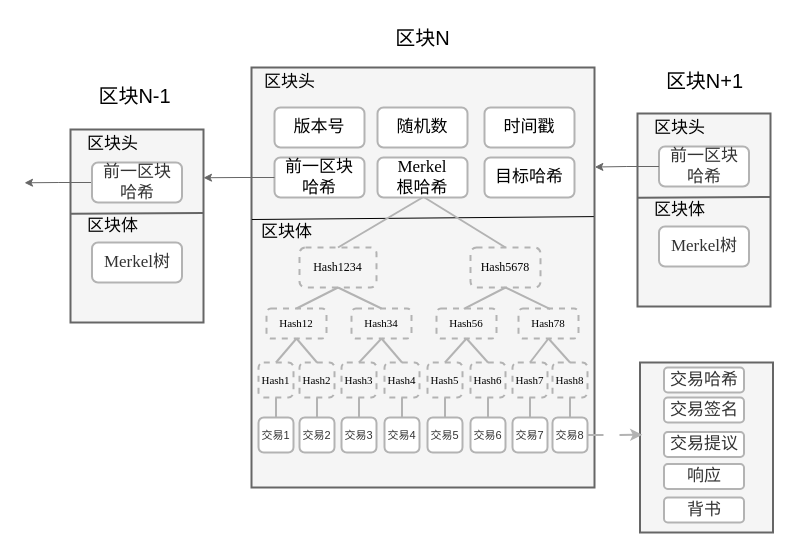
This is 区块结构.drawio from Mr-doublehappines/httpServer, a draw.io file, before an edit. Source tidied: cells renumbered, new cells numbered last; positions are measured from the earlier drawing's top-left corner, leaving out a move shared by most shapes. Both pictures are drawn from the tidied source at 100%, with x=0, y=0 at pixel (24, 17).
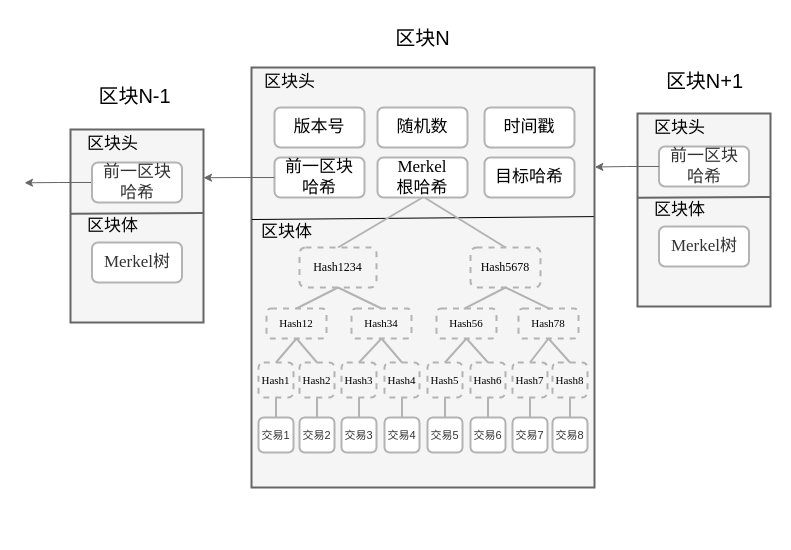
The same page after the edit.

Commit message:
更新区块结构.drawio

The change refers to these unchanged cells:
```xml
<mxCell id="35" value="交易8" style="rounded=1;whiteSpace=wrap;html=1;align=center;verticalAlign=middle;fontFamily=宋体;fontSize=11;fontColor=#333333;labelBackgroundColor=none;fillColor=#FFFFFF;strokeWidth=2;strokeColor=#B3B3B3;" parent="1" vertex="1">
  <mxGeometry x="528" y="400" width="35" height="35" as="geometry" />
</mxCell>
```

Change to the diagram source:
```diff
@@
-    <mxCell id="60" style="rounded=0;whiteSpace=wrap;html=1;align=center;verticalAlign=middle;fontFamily=宋体;fontSize=17;fontColor=#333333;labelBackgroundColor=none;fillColor=#f5f5f5;strokeColor=#666666;strokeWidth=2;" parent="1" vertex="1">
-      <mxGeometry x="615.5" y="345" width="133" height="170" as="geometry" />
-    </mxCell>
-    <mxCell id="61" value="交易哈希" style="rounded=1;whiteSpace=wrap;html=1;align=center;verticalAlign=middle;fontFamily=宋体;fontSize=17;fontColor=#333333;labelBackgroundColor=none;fillColor=#FFFFFF;strokeWidth=2;strokeColor=#B3B3B3;" parent="1" vertex="1">
-      <mxGeometry x="639.5" y="350" width="80" height="25" as="geometry" />
-    </mxCell>
-    <mxCell id="62" value="交易签名" style="rounded=1;whiteSpace=wrap;html=1;align=center;verticalAlign=middle;fontFamily=宋体;fontSize=17;fontColor=#333333;labelBackgroundColor=none;fillColor=#FFFFFF;strokeWidth=2;strokeColor=#B3B3B3;" parent="1" vertex="1">
-      <mxGeometry x="639.5" y="380" width="80" height="25" as="geometry" />
-    </mxCell>
-    <mxCell id="63" value="交易提议" style="rounded=1;whiteSpace=wrap;html=1;align=center;verticalAlign=middle;fontFamily=宋体;fontSize=17;fontColor=#333333;labelBackgroundColor=none;fillColor=#FFFFFF;strokeWidth=2;strokeColor=#B3B3B3;" parent="1" vertex="1">
-      <mxGeometry x="639.5" y="414.5" width="80" height="25" as="geometry" />
-    </mxCell>
-    <mxCell id="64" value="响应" style="rounded=1;whiteSpace=wrap;html=1;align=center;verticalAlign=middle;fontFamily=宋体;fontSize=17;fontColor=#333333;labelBackgroundColor=none;fillColor=#FFFFFF;strokeWidth=2;strokeColor=#B3B3B3;" parent="1" vertex="1">
-      <mxGeometry x="639.5" y="446.5" width="80" height="25" as="geometry" />
-    </mxCell>
-    <mxCell id="65" value="背书" style="rounded=1;whiteSpace=wrap;html=1;align=center;verticalAlign=middle;fontFamily=宋体;fontSize=17;fontColor=#333333;labelBackgroundColor=none;fillColor=#FFFFFF;strokeWidth=2;strokeColor=#B3B3B3;" parent="1" vertex="1">
-      <mxGeometry x="639.5" y="480" width="80" height="25" as="geometry" />
-    </mxCell>
-    <mxCell id="66" style="edgeStyle=orthogonalEdgeStyle;rounded=0;jettySize=auto;html=1;exitX=1;exitY=0.5;exitDx=0;exitDy=0;entryX=0.017;entryY=0.425;entryDx=0;entryDy=0;entryPerimeter=0;fontFamily=宋体;fontSize=12;fontColor=default;labelBackgroundColor=none;dashed=1;dashPattern=8 8;strokeWidth=2;strokeColor=#b3b3b3;" parent="1" edge="1" source="35" target="60">
-      <mxGeometry relative="1" as="geometry" />
-    </mxCell>
```
